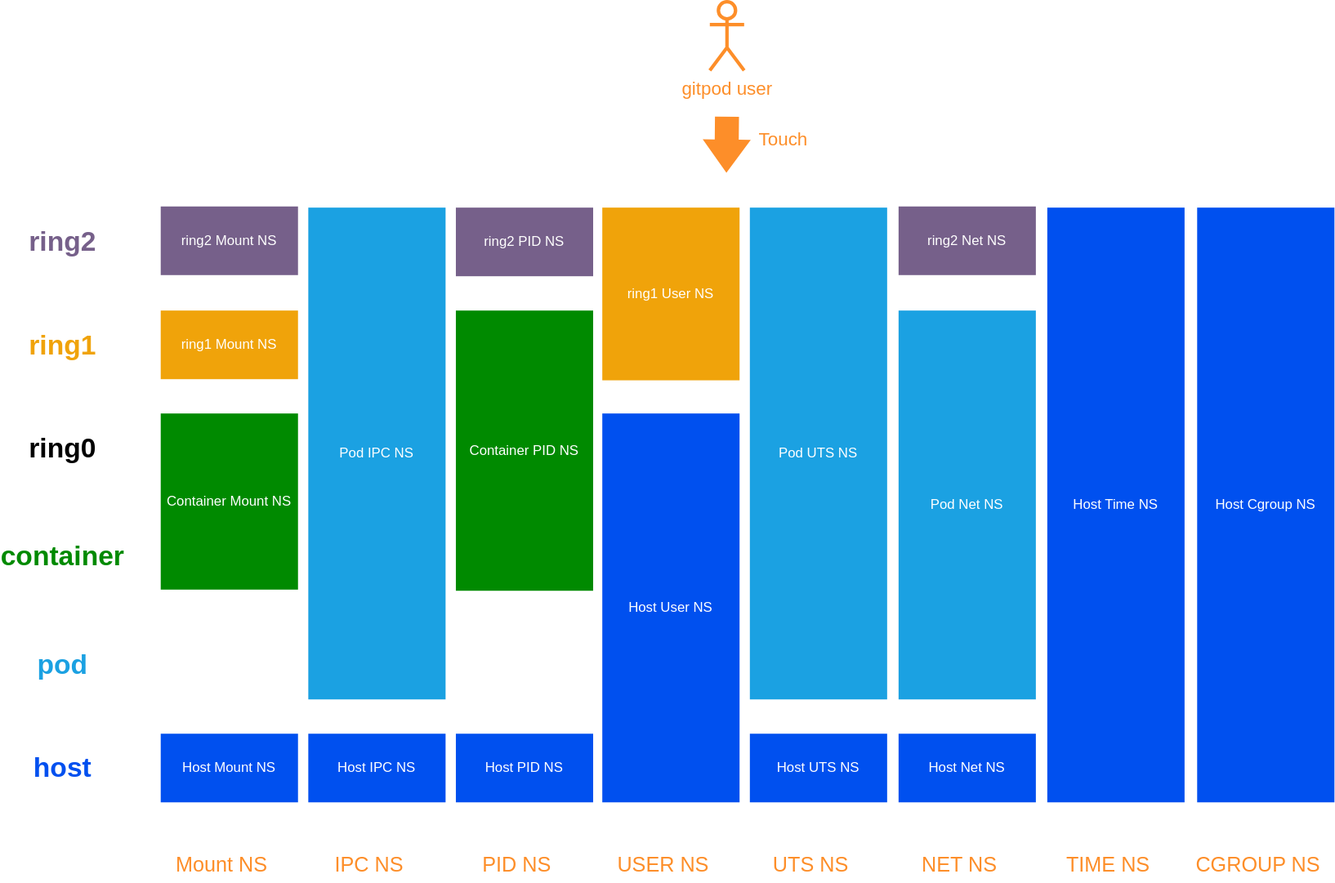
The draw.io diagram docs/workspace/namespaces.drawio.svg in gitpod-io/gitpod, before a commit. Source tidied: cells renumbered, new cells last; positions are measured from the earlier drawing's top-left corner, leaving out a move shared by most shapes.
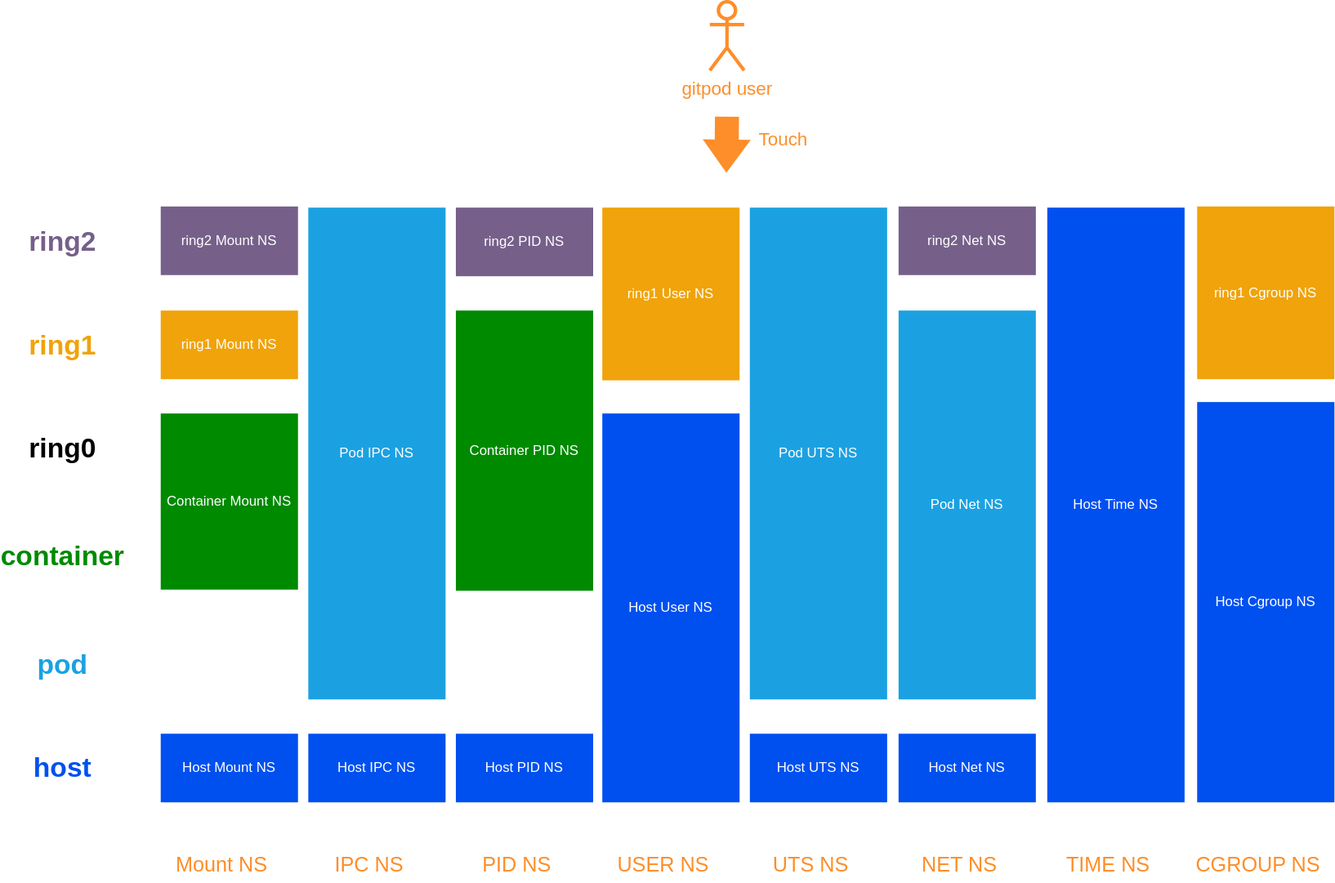
After the change.

Commit message:
docs: Add cgroup namespace change.

What changed in the source:
```diff
@@ -39,7 +39,7 @@
       <mxGeometry x="911" y="180" width="120" height="520" as="geometry" />
     </mxCell>
     <mxCell id="14" value="Host Cgroup NS" style="rounded=0;whiteSpace=wrap;html=1;fillColor=#0050ef;fontColor=#ffffff;strokeColor=none;strokeWidth=1;" parent="1" vertex="1">
-      <mxGeometry x="1042" y="180" width="120" height="520" as="geometry" />
+      <mxGeometry x="1042" y="350" width="120" height="350" as="geometry" />
     </mxCell>
     <mxCell id="15" value="&lt;font color=&quot;#ffffff&quot;&gt;ring1 Mount NS&lt;/font&gt;" style="rounded=0;whiteSpace=wrap;html=1;fillColor=#f0a30a;fontColor=#000000;strokeColor=none;strokeWidth=1;" parent="1" vertex="1">
       <mxGeometry x="136" y="270" width="120" height="60" as="geometry" />
@@ -110,5 +110,8 @@
     <mxCell id="36" value="CGROUP NS" style="text;html=1;align=center;verticalAlign=middle;strokeColor=none;fillColor=none;fontColor=#FD8E29;fontSize=18;" parent="1" vertex="1">
       <mxGeometry x="1035" y="740" width="120" height="30" as="geometry" />
     </mxCell>
+    <mxCell id="37" value="&lt;font color=&quot;#ffffff&quot;&gt;ring1 Cgroup NS&lt;/font&gt;" style="rounded=0;whiteSpace=wrap;html=1;fillColor=#f0a30a;fontColor=#000000;strokeColor=none;strokeWidth=1;" parent="1" vertex="1">
+      <mxGeometry x="1042" y="179" width="120" height="151" as="geometry" />
+    </mxCell>
   </root>
 </mxGraphModel>
```
